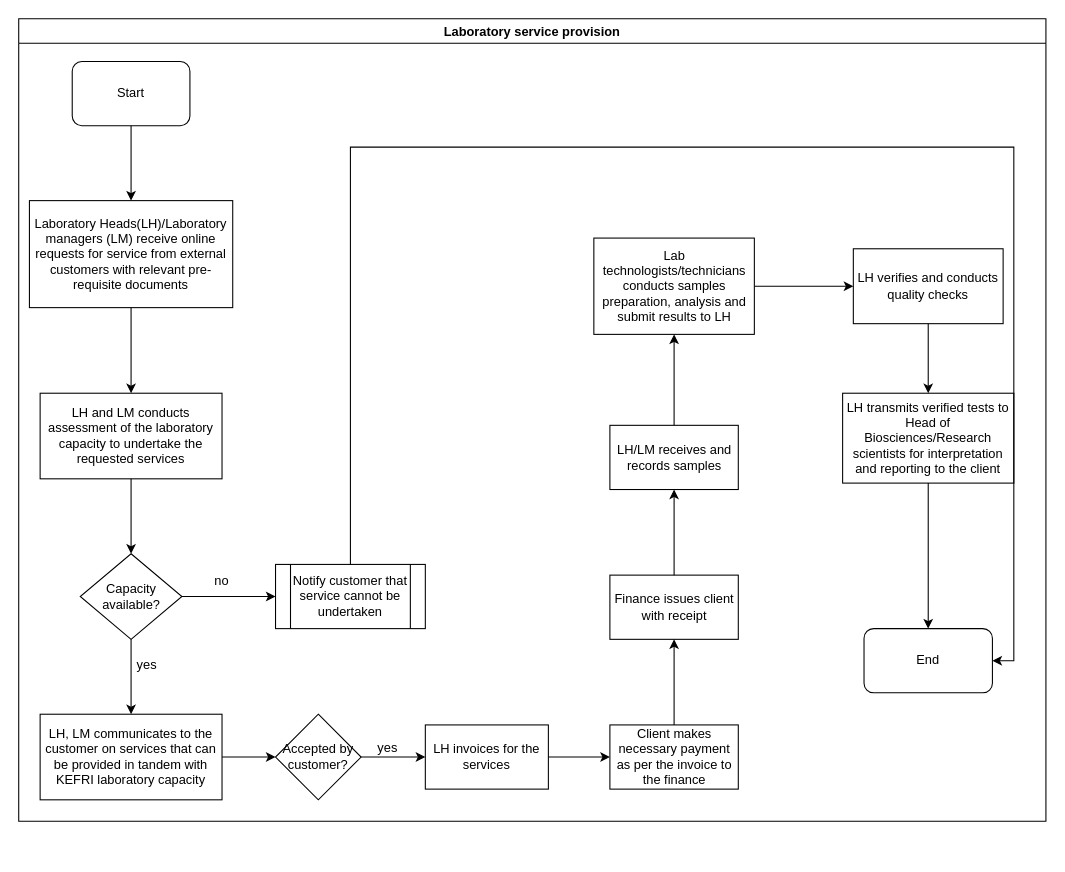
Earlier version of the draw.io diagram KEFRI-R&D-Laboratory service Provision-From External.drawio (kmagua/flowcharts). Source tidied: cells renumbered, new cells numbered last; positions are measured from the earlier drawing's top-left corner, leaving out a move shared by most shapes. Both pictures are drawn from the tidied source at 107%, with x=0, y=0 at pixel (18, 18).
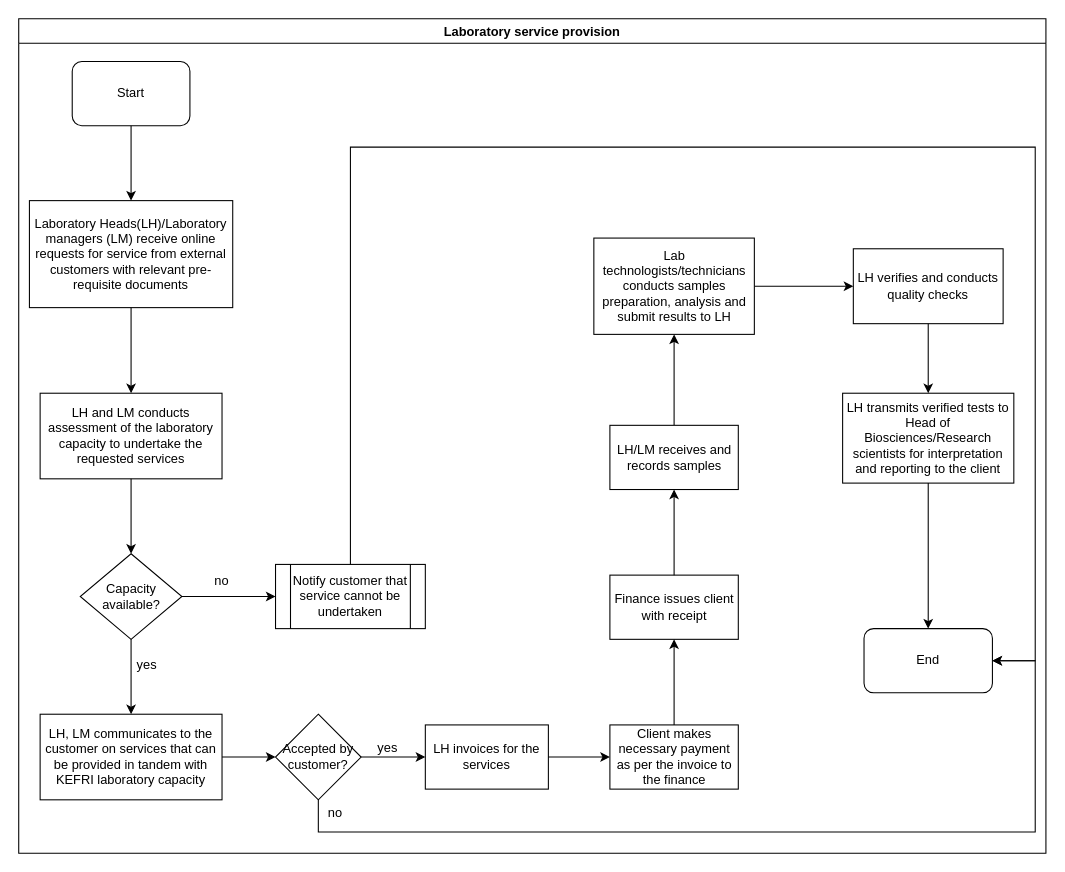
Above is the later version.

Unchanged cells that the change refers to:
```xml
<mxCell id="11" value="Notify customer that service cannot be undertaken" style="shape=process;whiteSpace=wrap;html=1;backgroundOutline=1;" parent="2" vertex="1">
  <mxGeometry x="240" y="510" width="140" height="60" as="geometry" />
</mxCell>
<mxCell id="17" value="End" style="rounded=1;whiteSpace=wrap;html=1;" parent="2" vertex="1">
  <mxGeometry x="790" y="570" width="120" height="60" as="geometry" />
</mxCell>
<mxCell id="22" value="&lt;div&gt;Accepted by&lt;/div&gt;&lt;div&gt;customer?&lt;br&gt;&lt;/div&gt;" style="rhombus;whiteSpace=wrap;html=1;rounded=0;" parent="2" vertex="1">
  <mxGeometry x="240" y="650" width="80" height="80" as="geometry" />
</mxCell>
```

The edit, as a diff of the source:
```diff
@@
     <mxCell id="2" value="Laboratory service provision" style="swimlane;" parent="1" vertex="1">
-      <mxGeometry width="960" height="750" as="geometry" />
+      <mxGeometry width="960" height="780" as="geometry" />
     </mxCell>
@@
     <mxCell id="20" style="edgeStyle=orthogonalEdgeStyle;rounded=0;jettySize=auto;html=1;entryX=1;entryY=0.5;entryDx=0;entryDy=0;" parent="2" edge="1" source="11" target="17">
       <mxGeometry relative="1" as="geometry">
         <Array as="points">
           <mxPoint x="310" y="120" />
-          <mxPoint x="930" y="120" />
-          <mxPoint x="930" y="600" />
+          <mxPoint x="950" y="120" />
+          <mxPoint x="950" y="600" />
         </Array>
       </mxGeometry>
     </mxCell>
@@
+    <mxCell id="36" style="edgeStyle=orthogonalEdgeStyle;rounded=0;jettySize=auto;html=1;entryX=1;entryY=0.5;entryDx=0;entryDy=0;" parent="2" edge="1" source="22" target="17">
+      <mxGeometry relative="1" as="geometry">
+        <Array as="points">
+          <mxPoint x="280" y="760" />
+          <mxPoint x="950" y="760" />
+          <mxPoint x="950" y="600" />
+        </Array>
+      </mxGeometry>
+    </mxCell>
@@
+    <mxCell id="37" value="no" style="text;html=1;strokeColor=none;fillColor=none;align=center;verticalAlign=middle;whiteSpace=wrap;rounded=0;" parent="1" vertex="1">
+      <mxGeometry x="276" y="733" width="40" height="20" as="geometry" />
+    </mxCell>
```
